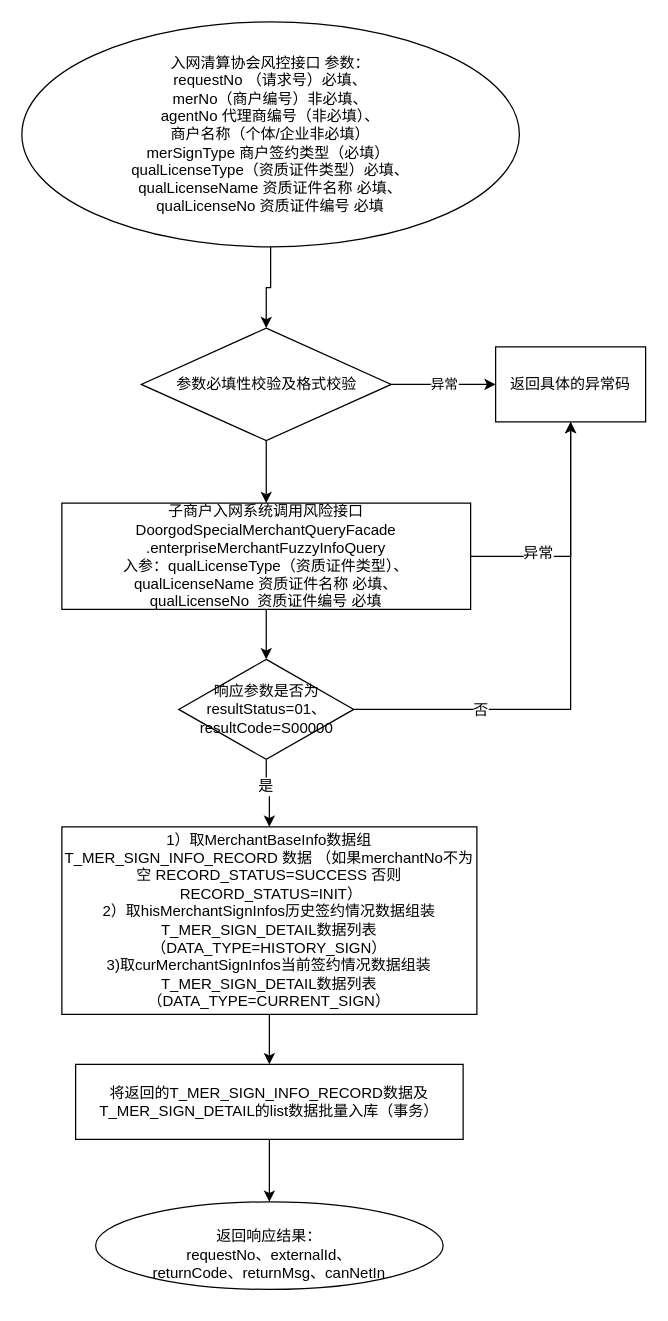
This is 清算协会风控对接流程.drawio from cp0802/drawioRep, a draw.io file, before an edit. Source tidied: cells renumbered, new cells numbered last; positions are measured from the earlier drawing's top-left corner, leaving out a move shared by most shapes. Both pictures are drawn from the tidied source at 125%, with x=0, y=0 at pixel (21, 21).
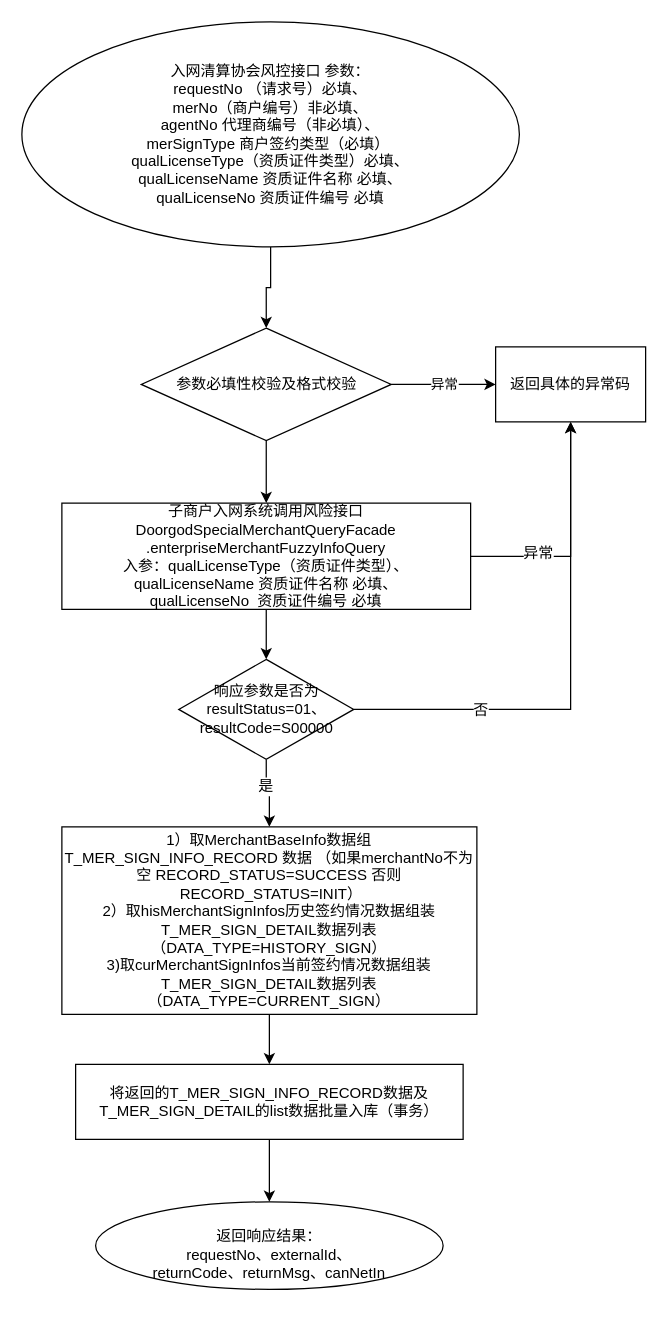
After the change.

Commit message:
Update 清算协会风控对接流程.drawio

What changed in the source:
```diff
@@
-    <mxCell id="3" value="入网清算协会风控接口 参数：&lt;br&gt;requestNo （请求号）必填、&lt;br&gt;merNo（&lt;span&gt;商户编号）非必填、&lt;br&gt;agentNo 代理商编号（非必填）、&lt;br&gt;商户名称（个体/企业非必填）&lt;br&gt;&lt;/span&gt;merSignType 商户签约类型（必填）&amp;nbsp;&lt;br&gt;qualLicenseType（资质证件类型）必填、&lt;span&gt;&lt;br&gt;&lt;/span&gt;qualLicense&lt;span&gt;Name 资质证件名称 必填、&lt;br&gt;&lt;/span&gt;qualLicenseNo&lt;span&gt;&amp;nbsp;资质证件编号 必填&lt;/span&gt;" style="ellipse;whiteSpace=wrap;html=1;" parent="1" vertex="1">
+    <mxCell id="3" value="入网清算协会风控接口 参数：&lt;br&gt;requestNo （请求号）必填、&lt;br&gt;merNo（&lt;span&gt;商户编号）非必填、&lt;br&gt;agentNo 代理商编号（非必填）、&lt;br&gt;&lt;/span&gt;merSignType 商户签约类型（必填）&amp;nbsp;&lt;br&gt;qualLicenseType（资质证件类型）必填、&lt;span&gt;&lt;br&gt;&lt;/span&gt;qualLicense&lt;span&gt;Name 资质证件名称 必填、&lt;br&gt;&lt;/span&gt;qualLicenseNo&lt;span&gt;&amp;nbsp;资质证件编号 必填&lt;/span&gt;" style="ellipse;whiteSpace=wrap;html=1;" parent="1" vertex="1">
       <mxGeometry width="398" height="180" as="geometry" />
     </mxCell>
```
